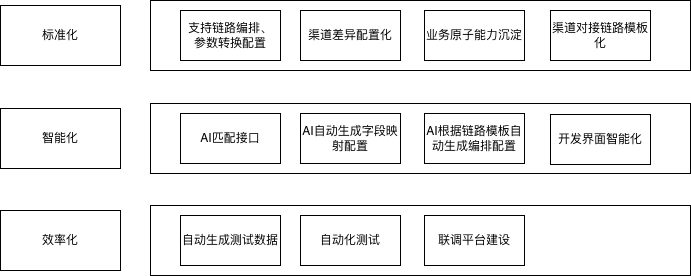
The draw.io diagram API提效-系统目标.png in yuanlj-tea/picgo, before a commit. Source tidied: cells renumbered, new cells last; positions are measured from the earlier drawing's top-left corner, leaving out a move shared by most shapes.
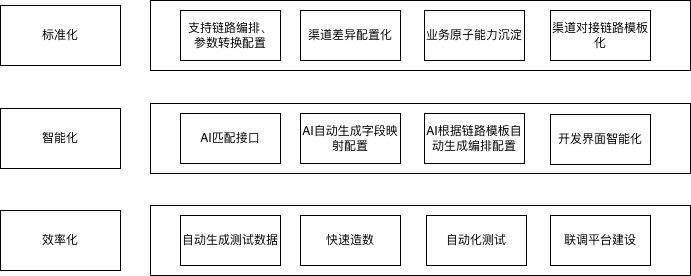
After the commit.

Commit message:
更新API提效-系统目标.png

Diff of the diagram source:
```diff
@@ -48,10 +48,13 @@
       <mxGeometry x="180" y="215" width="100" height="50" as="geometry" />
     </mxCell>
     <mxCell id="17" value="自动化测试" style="rounded=0;whiteSpace=wrap;html=1;" parent="1" vertex="1">
-      <mxGeometry x="300" y="215" width="100" height="50" as="geometry" />
+      <mxGeometry x="426" y="215" width="100" height="50" as="geometry" />
     </mxCell>
     <mxCell id="18" value="联调平台建设" style="rounded=0;whiteSpace=wrap;html=1;" parent="1" vertex="1">
-      <mxGeometry x="424" y="215" width="100" height="50" as="geometry" />
+      <mxGeometry x="550" y="215" width="100" height="50" as="geometry" />
     </mxCell>
+    <mxCell id="19" value="快速造数" style="rounded=0;whiteSpace=wrap;html=1;" parent="1" vertex="1">
+      <mxGeometry x="300" y="215" width="100" height="50" as="geometry" />
+    </mxCell>
   </root>
 </mxGraphModel>
```
